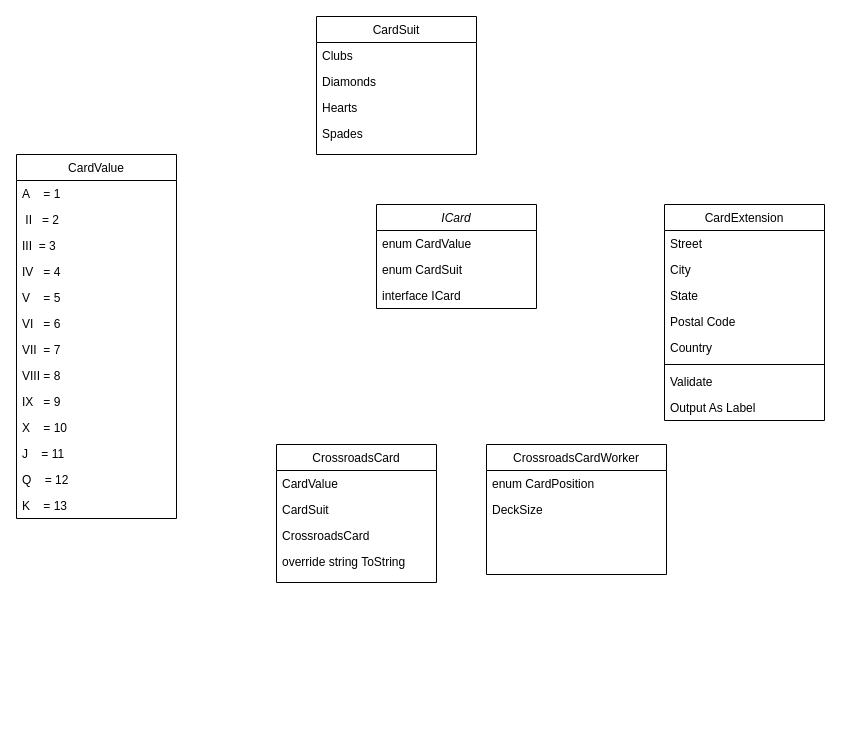
Earlier version of the draw.io diagram Untitled Diagram.drawio (EkaterinaNovik/test). Source tidied: cells renumbered, new cells numbered last; positions are measured from the earlier drawing's top-left corner, leaving out a move shared by most shapes. Both pictures are drawn from the tidied source at 100%, with x=0, y=0 at pixel (16, 16).
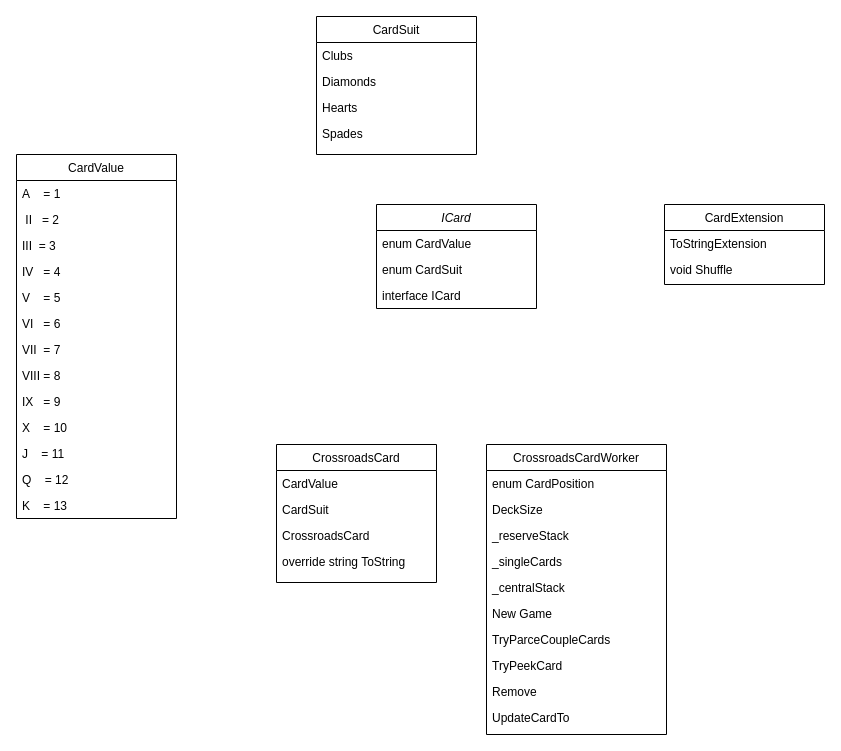
After the change.

Diff of the diagram source:
```diff
@@
     <mxCell id="11" value="CrossroadsCardWorker" style="swimlane;fontStyle=0;align=center;verticalAlign=top;horizontal=1;startSize=26;rounded=0;shadow=0;strokeWidth=1;" parent="1" vertex="1">
-      <mxGeometry x="470" y="428" width="180" height="130" as="geometry" />
+      <mxGeometry x="470" y="428" width="180" height="290" as="geometry" />
     </mxCell>
@@
+    <mxCell id="42" value="_reserveStack" style="text;align=left;verticalAlign=top;spacingLeft=4;spacingRight=4;overflow=hidden;" parent="11" vertex="1">
+      <mxGeometry y="78" width="180" height="26" as="geometry" />
+    </mxCell>
+    <mxCell id="43" value="_singleCards" style="text;align=left;verticalAlign=top;spacingLeft=4;spacingRight=4;overflow=hidden;" parent="11" vertex="1">
+      <mxGeometry y="104" width="180" height="26" as="geometry" />
+    </mxCell>
+    <mxCell id="44" value="_centralStack" style="text;align=left;verticalAlign=top;spacingLeft=4;spacingRight=4;overflow=hidden;" parent="11" vertex="1">
+      <mxGeometry y="130" width="180" height="26" as="geometry" />
+    </mxCell>
+    <mxCell id="45" value="New Game" style="text;align=left;verticalAlign=top;spacingLeft=4;spacingRight=4;overflow=hidden;" parent="11" vertex="1">
+      <mxGeometry y="156" width="180" height="26" as="geometry" />
+    </mxCell>
+    <mxCell id="46" value="TryParceCoupleCards" style="text;align=left;verticalAlign=top;spacingLeft=4;spacingRight=4;overflow=hidden;" parent="11" vertex="1">
+      <mxGeometry y="182" width="180" height="26" as="geometry" />
+    </mxCell>
+    <mxCell id="47" value="TryPeekCard" style="text;align=left;verticalAlign=top;spacingLeft=4;spacingRight=4;overflow=hidden;" parent="11" vertex="1">
+      <mxGeometry y="208" width="180" height="26" as="geometry" />
+    </mxCell>
+    <mxCell id="48" value="Remove" style="text;align=left;verticalAlign=top;spacingLeft=4;spacingRight=4;overflow=hidden;" parent="11" vertex="1">
+      <mxGeometry y="234" width="180" height="26" as="geometry" />
+    </mxCell>
+    <mxCell id="49" value="UpdateCardTo" style="text;align=left;verticalAlign=top;spacingLeft=4;spacingRight=4;overflow=hidden;" parent="11" vertex="1">
+      <mxGeometry y="260" width="180" height="26" as="geometry" />
+    </mxCell>
     <mxCell id="14" value="CardExtension" style="swimlane;fontStyle=0;align=center;verticalAlign=top;horizontal=1;startSize=26;rounded=0;shadow=0;strokeWidth=1;" parent="1" vertex="1">
-      <mxGeometry x="648" y="188" width="160" height="216" as="geometry" />
+      <mxGeometry x="648" y="188" width="160" height="80" as="geometry" />
     </mxCell>
-    <mxCell id="15" value="Street" style="text;align=left;verticalAlign=top;spacingLeft=4;spacingRight=4;overflow=hidden;" parent="14" vertex="1">
+    <mxCell id="15" value="ToStringExtension" style="text;align=left;verticalAlign=top;spacingLeft=4;spacingRight=4;overflow=hidden;" parent="14" vertex="1">
       <mxGeometry y="26" width="160" height="26" as="geometry" />
     </mxCell>
-    <mxCell id="16" value="City" style="text;align=left;verticalAlign=top;spacingLeft=4;spacingRight=4;overflow=hidden;rounded=0;shadow=0;html=0;" parent="14" vertex="1">
+    <mxCell id="16" value="void Shuffle" style="text;align=left;verticalAlign=top;spacingLeft=4;spacingRight=4;overflow=hidden;rounded=0;shadow=0;html=0;" parent="14" vertex="1">
       <mxGeometry y="52" width="160" height="26" as="geometry" />
     </mxCell>
-    <mxCell id="17" value="State" style="text;align=left;verticalAlign=top;spacingLeft=4;spacingRight=4;overflow=hidden;rounded=0;shadow=0;html=0;" parent="14" vertex="1">
-      <mxGeometry y="78" width="160" height="26" as="geometry" />
-    </mxCell>
-    <mxCell id="18" value="Postal Code" style="text;align=left;verticalAlign=top;spacingLeft=4;spacingRight=4;overflow=hidden;rounded=0;shadow=0;html=0;" parent="14" vertex="1">
-      <mxGeometry y="104" width="160" height="26" as="geometry" />
-    </mxCell>
-    <mxCell id="19" value="Country" style="text;align=left;verticalAlign=top;spacingLeft=4;spacingRight=4;overflow=hidden;rounded=0;shadow=0;html=0;" parent="14" vertex="1">
-      <mxGeometry y="130" width="160" height="26" as="geometry" />
-    </mxCell>
-    <mxCell id="20" style="line;html=1;strokeWidth=1;align=left;verticalAlign=middle;spacingTop=-1;spacingLeft=3;spacingRight=3;labelPosition=right;" parent="14" vertex="1">
-      <mxGeometry y="156" width="160" height="8" as="geometry" />
-    </mxCell>
-    <mxCell id="21" value="Validate" style="text;align=left;verticalAlign=top;spacingLeft=4;spacingRight=4;overflow=hidden;" parent="14" vertex="1">
-      <mxGeometry y="164" width="160" height="26" as="geometry" />
-    </mxCell>
-    <mxCell id="22" value="Output As Label" style="text;align=left;verticalAlign=top;spacingLeft=4;spacingRight=4;overflow=hidden;" parent="14" vertex="1">
-      <mxGeometry y="190" width="160" height="26" as="geometry" />
-    </mxCell>
```
